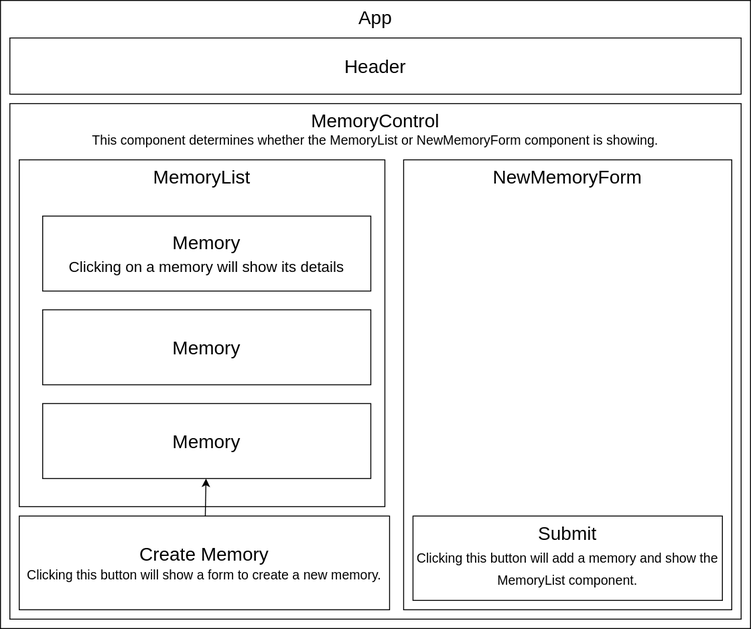
Earlier version of the draw.io export memory-lane-diagram.drawio.svg (besure94/memory-lane). Source tidied: cells renumbered, new cells last; positions are measured from the earlier drawing's top-left corner, leaving out a move shared by most shapes.
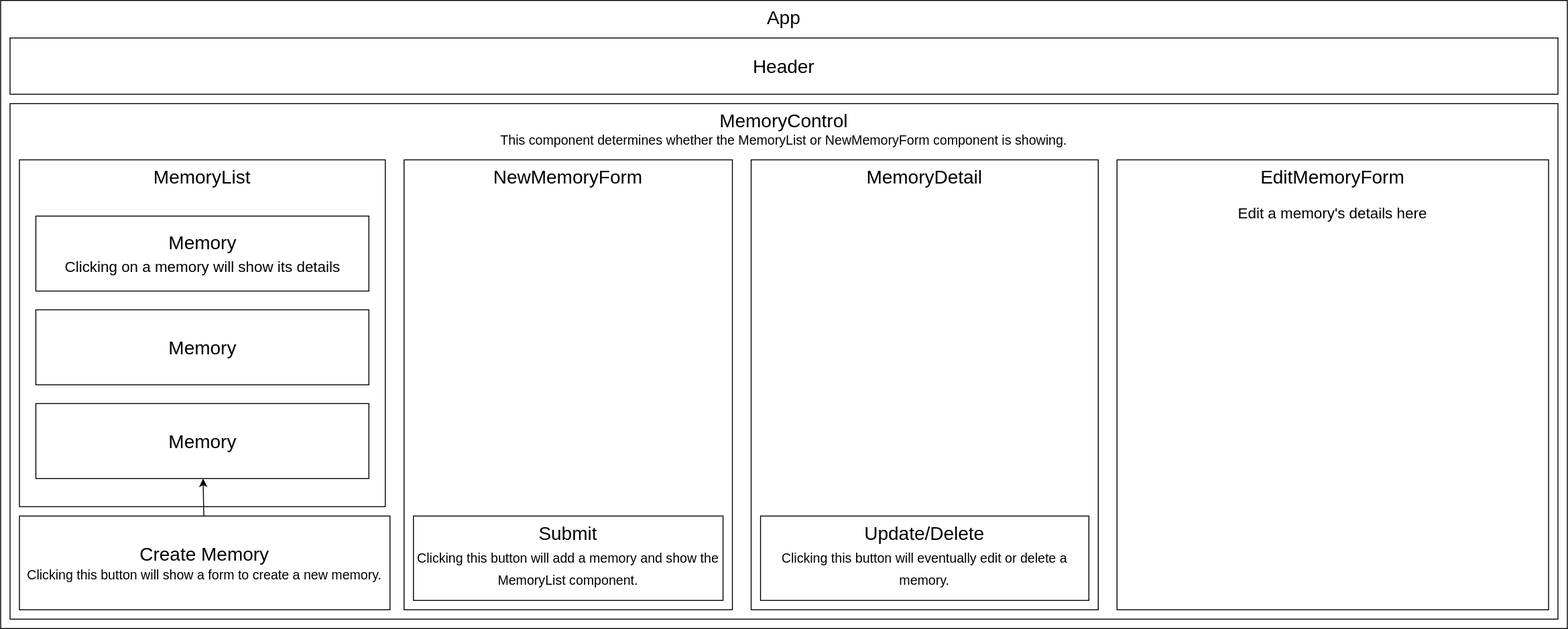
Later version of the same file.

Commit message:
Update diagram to include new components for CRUD functionality.

Change to the diagram source:
```diff
@@ -3,25 +3,25 @@
     <mxCell id="0" />
     <mxCell id="1" parent="0" />
     <mxCell id="2" value="&lt;font style=&quot;font-size: 20px;&quot;&gt;App&lt;/font&gt;" style="rounded=0;whiteSpace=wrap;html=1;verticalAlign=top;" parent="1" vertex="1">
-      <mxGeometry width="800" height="670" as="geometry" />
+      <mxGeometry width="1670" height="670" as="geometry" />
     </mxCell>
     <mxCell id="3" value="&lt;font style=&quot;font-size: 20px;&quot;&gt;MemoryControl&lt;br&gt;&lt;/font&gt;&lt;font style=&quot;font-size: 14px;&quot;&gt;This component determines whether the MemoryList or NewMemoryForm component is showing.&lt;/font&gt;" style="rounded=0;whiteSpace=wrap;html=1;fontSize=14;verticalAlign=top;" parent="1" vertex="1">
-      <mxGeometry x="10" y="110" width="780" height="550" as="geometry" />
+      <mxGeometry x="10" y="110" width="1650" height="550" as="geometry" />
     </mxCell>
     <mxCell id="4" value="Header" style="rounded=0;whiteSpace=wrap;html=1;fontSize=20;" parent="1" vertex="1">
-      <mxGeometry x="10" y="40" width="780" height="60" as="geometry" />
+      <mxGeometry x="10" y="40" width="1650" height="60" as="geometry" />
     </mxCell>
     <mxCell id="5" value="MemoryList" style="rounded=0;whiteSpace=wrap;html=1;fontSize=20;verticalAlign=top;" parent="1" vertex="1">
       <mxGeometry x="20" y="170" width="390" height="370" as="geometry" />
     </mxCell>
     <mxCell id="6" value="Memory&lt;br&gt;&lt;font style=&quot;font-size: 16px;&quot;&gt;Clicking on a memory will show its details&lt;/font&gt;" style="rounded=0;whiteSpace=wrap;html=1;fontSize=20;verticalAlign=middle;" parent="1" vertex="1">
-      <mxGeometry x="45" y="230" width="350" height="80" as="geometry" />
+      <mxGeometry x="37.5" y="230" width="355" height="80" as="geometry" />
     </mxCell>
     <mxCell id="7" value="Memory" style="rounded=0;whiteSpace=wrap;html=1;fontSize=20;" parent="1" vertex="1">
-      <mxGeometry x="45" y="330" width="350" height="80" as="geometry" />
+      <mxGeometry x="37.5" y="330" width="355" height="80" as="geometry" />
     </mxCell>
     <mxCell id="8" value="Memory" style="rounded=0;whiteSpace=wrap;html=1;fontSize=20;" parent="1" vertex="1">
-      <mxGeometry x="45" y="430" width="350" height="80" as="geometry" />
+      <mxGeometry x="37.5" y="430" width="355" height="80" as="geometry" />
     </mxCell>
     <mxCell id="9" style="edgeStyle=none;html=1;fontSize=14;" parent="1" edge="1" source="10" target="8">
       <mxGeometry relative="1" as="geometry" />
@@ -35,5 +35,14 @@
     <mxCell id="12" value="Submit&lt;br style=&quot;font-size: 19px;&quot;&gt;&lt;font style=&quot;font-size: 14px;&quot;&gt;Clicking this button will add a memory and show the MemoryList component.&lt;/font&gt;" style="rounded=0;whiteSpace=wrap;html=1;fontSize=20;verticalAlign=top;" parent="1" vertex="1">
       <mxGeometry x="440" y="550" width="330" height="90" as="geometry" />
     </mxCell>
+    <mxCell id="13" value="&lt;font style=&quot;font-size: 20px;&quot;&gt;MemoryDetail&lt;/font&gt;" style="rounded=0;whiteSpace=wrap;html=1;fontSize=14;verticalAlign=top;" parent="1" vertex="1">
+      <mxGeometry x="800" y="170" width="370" height="480" as="geometry" />
+    </mxCell>
+    <mxCell id="14" value="Update/Delete&lt;br&gt;&lt;font style=&quot;font-size: 14px;&quot;&gt;Clicking this button will eventually edit or delete a memory.&lt;/font&gt;" style="rounded=0;whiteSpace=wrap;html=1;fontSize=20;verticalAlign=top;" parent="1" vertex="1">
+      <mxGeometry x="810" y="550" width="350" height="90" as="geometry" />
+    </mxCell>
+    <mxCell id="15" value="&lt;font style=&quot;&quot;&gt;&lt;span style=&quot;font-size: 20px;&quot;&gt;EditMemoryForm&lt;/span&gt;&lt;br&gt;&lt;br&gt;&lt;font style=&quot;font-size: 16px;&quot;&gt;Edit a memory's details here&lt;/font&gt;&lt;br&gt;&lt;/font&gt;" style="rounded=0;whiteSpace=wrap;html=1;fontSize=14;verticalAlign=top;" parent="1" vertex="1">
+      <mxGeometry x="1190" y="170" width="460" height="480" as="geometry" />
+    </mxCell>
   </root>
 </mxGraphModel>
```
